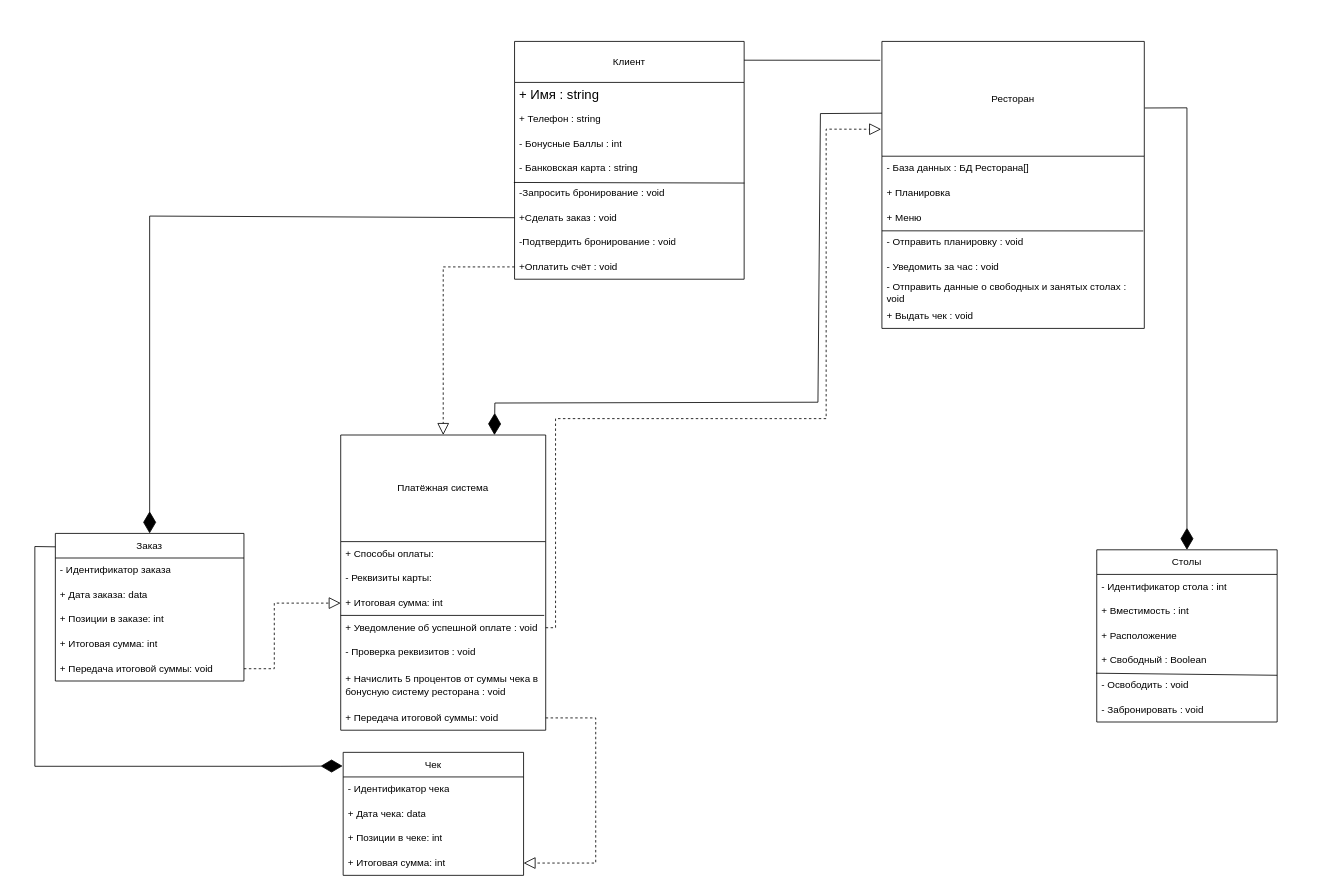
The draw.io diagram Диаграмма классов (2).drawio in Crecker24/kursach, before the edit. Source tidied: cells renumbered, new cells numbered last; positions are measured from the earlier drawing's top-left corner, leaving out a move shared by most shapes. Both pictures are drawn from the tidied source at 82%, with x=0, y=0 at pixel (34, 41).
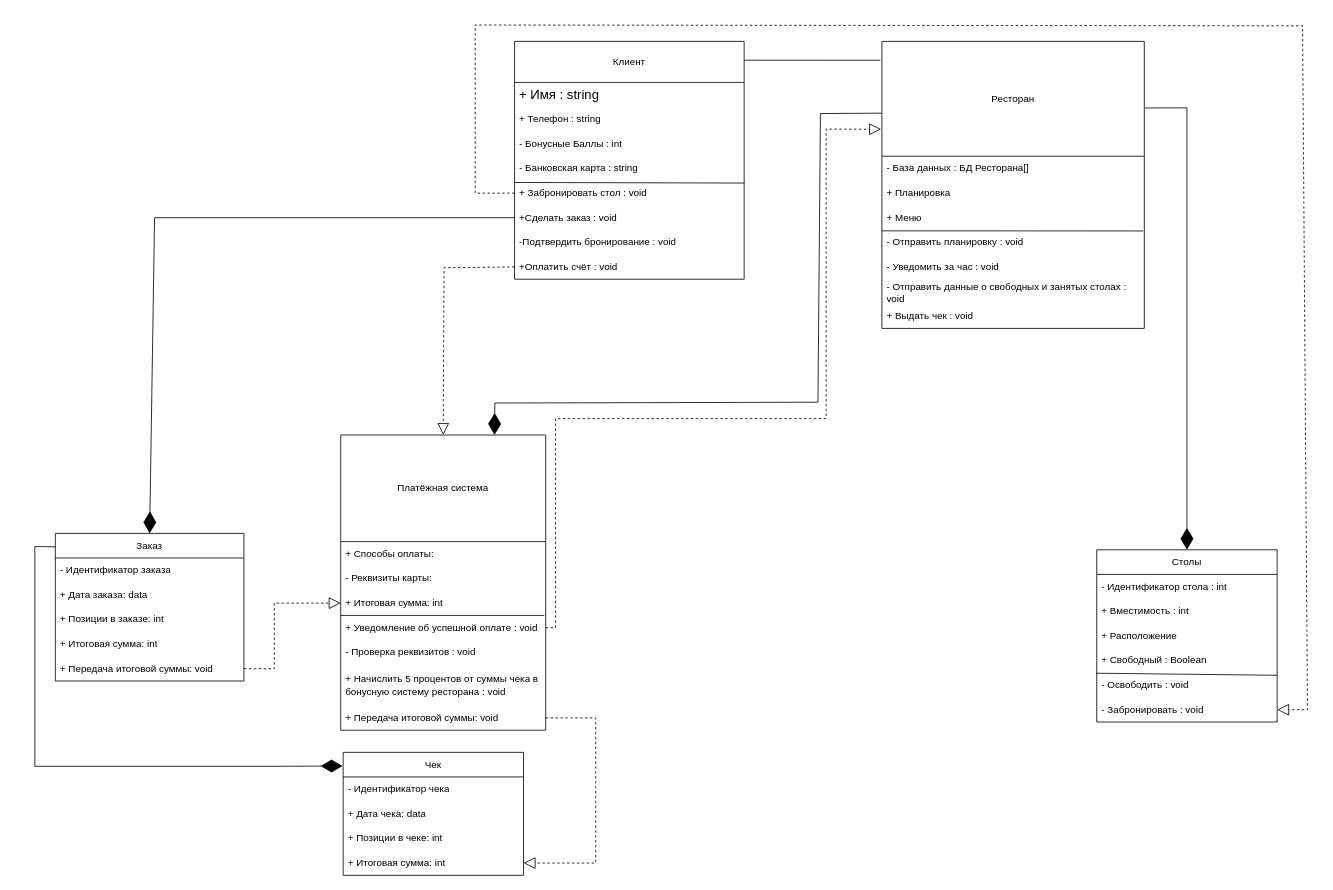
The same page after the edit.

The change refers to these unchanged cells:
```xml
<mxCell id="2" value="Клиент" style="swimlane;fontStyle=0;horizontal=1;startSize=50;whiteSpace=wrap;html=1;" parent="1" vertex="1">
  <mxGeometry x="585" width="280" height="290" as="geometry" />
</mxCell>
<mxCell id="8" value="+Сделать заказ : void" style="text;strokeColor=none;fillColor=none;align=left;verticalAlign=middle;spacingLeft=4;spacingRight=4;overflow=hidden;points=[[0,0.5],[1,0.5]];portConstraint=eastwest;whiteSpace=wrap;html=1;" parent="2" vertex="1">
  <mxGeometry y="200" width="280" height="30" as="geometry" />
</mxCell>
<mxCell id="10" value="+Оплатить счёт : void" style="text;strokeColor=none;fillColor=none;align=left;verticalAlign=middle;spacingLeft=4;spacingRight=4;overflow=hidden;points=[[0,0.5],[1,0.5]];portConstraint=eastwest;whiteSpace=wrap;html=1;" parent="2" vertex="1">
  <mxGeometry y="260" width="280" height="30" as="geometry" />
</mxCell>
<mxCell id="21" value="Платёжная система" style="swimlane;fontStyle=0;horizontal=1;startSize=130;whiteSpace=wrap;html=1;" parent="1" vertex="1">
  <mxGeometry x="373" y="480" width="250" height="360" as="geometry" />
</mxCell>
<mxCell id="42" value="- Забронировать : void" style="text;strokeColor=none;fillColor=none;align=left;verticalAlign=middle;spacingLeft=4;spacingRight=4;overflow=hidden;points=[[0,0.5],[1,0.5]];portConstraint=eastwest;whiteSpace=wrap;html=1;" parent="35" vertex="1">
  <mxGeometry y="180" width="220" height="30" as="geometry" />
</mxCell>
<mxCell id="43" value="Заказ" style="swimlane;fontStyle=0;horizontal=1;startSize=30;whiteSpace=wrap;html=1;" parent="1" vertex="1">
  <mxGeometry x="25" y="600" width="230" height="180" as="geometry" />
</mxCell>
```

Change to the diagram source:
```diff
@@
-    <mxCell id="7" value="-Запросить бронирование : void" style="text;strokeColor=none;fillColor=none;align=left;verticalAlign=middle;spacingLeft=4;spacingRight=4;overflow=hidden;points=[[0,0.5],[1,0.5]];portConstraint=eastwest;whiteSpace=wrap;html=1;labelBorderColor=none;" parent="2" vertex="1">
+    <mxCell id="7" value="+ Забронировать стол : void" style="text;strokeColor=none;fillColor=none;align=left;verticalAlign=middle;spacingLeft=4;spacingRight=4;overflow=hidden;points=[[0,0.5],[1,0.5]];portConstraint=eastwest;whiteSpace=wrap;html=1;labelBorderColor=none;" parent="2" vertex="1">
       <mxGeometry y="170" width="280" height="30" as="geometry" />
     </mxCell>
@@
     <mxCell id="53" style="endArrow=diamondThin;endFill=1;endSize=24;html=1;rounded=0;exitX=0;exitY=0.5;exitDx=0;exitDy=0;entryX=0.5;entryY=0;entryDx=0;entryDy=0;" parent="1" edge="1" source="8" target="43">
       <mxGeometry relative="1" as="geometry">
         <Array as="points">
-          <mxPoint x="140" y="213" />
+          <mxPoint x="146" y="215" />
         </Array>
       </mxGeometry>
     </mxCell>
@@
     <mxCell id="55" style="endArrow=block;dashed=1;endFill=0;endSize=12;html=1;rounded=0;entryX=0.5;entryY=0;entryDx=0;entryDy=0;exitX=0;exitY=0.5;exitDx=0;exitDy=0;" parent="1" edge="1" source="10" target="21">
       <mxGeometry relative="1" as="geometry">
         <Array as="points">
-          <mxPoint x="498" y="275" />
+          <mxPoint x="499" y="276" />
         </Array>
       </mxGeometry>
     </mxCell>
@@
+    <mxCell id="58" style="endArrow=block;dashed=1;endFill=0;endSize=12;html=1;rounded=0;exitX=0;exitY=0.5;exitDx=0;exitDy=0;entryX=1;entryY=0.5;entryDx=0;entryDy=0;" parent="1" edge="1" source="7" target="42">
+      <mxGeometry relative="1" as="geometry">
+        <Array as="points">
+          <mxPoint x="537" y="185" />
+          <mxPoint x="537" y="-20" />
+          <mxPoint x="1546" y="-19" />
+          <mxPoint x="1552" y="815" />
+        </Array>
+      </mxGeometry>
+    </mxCell>
```
